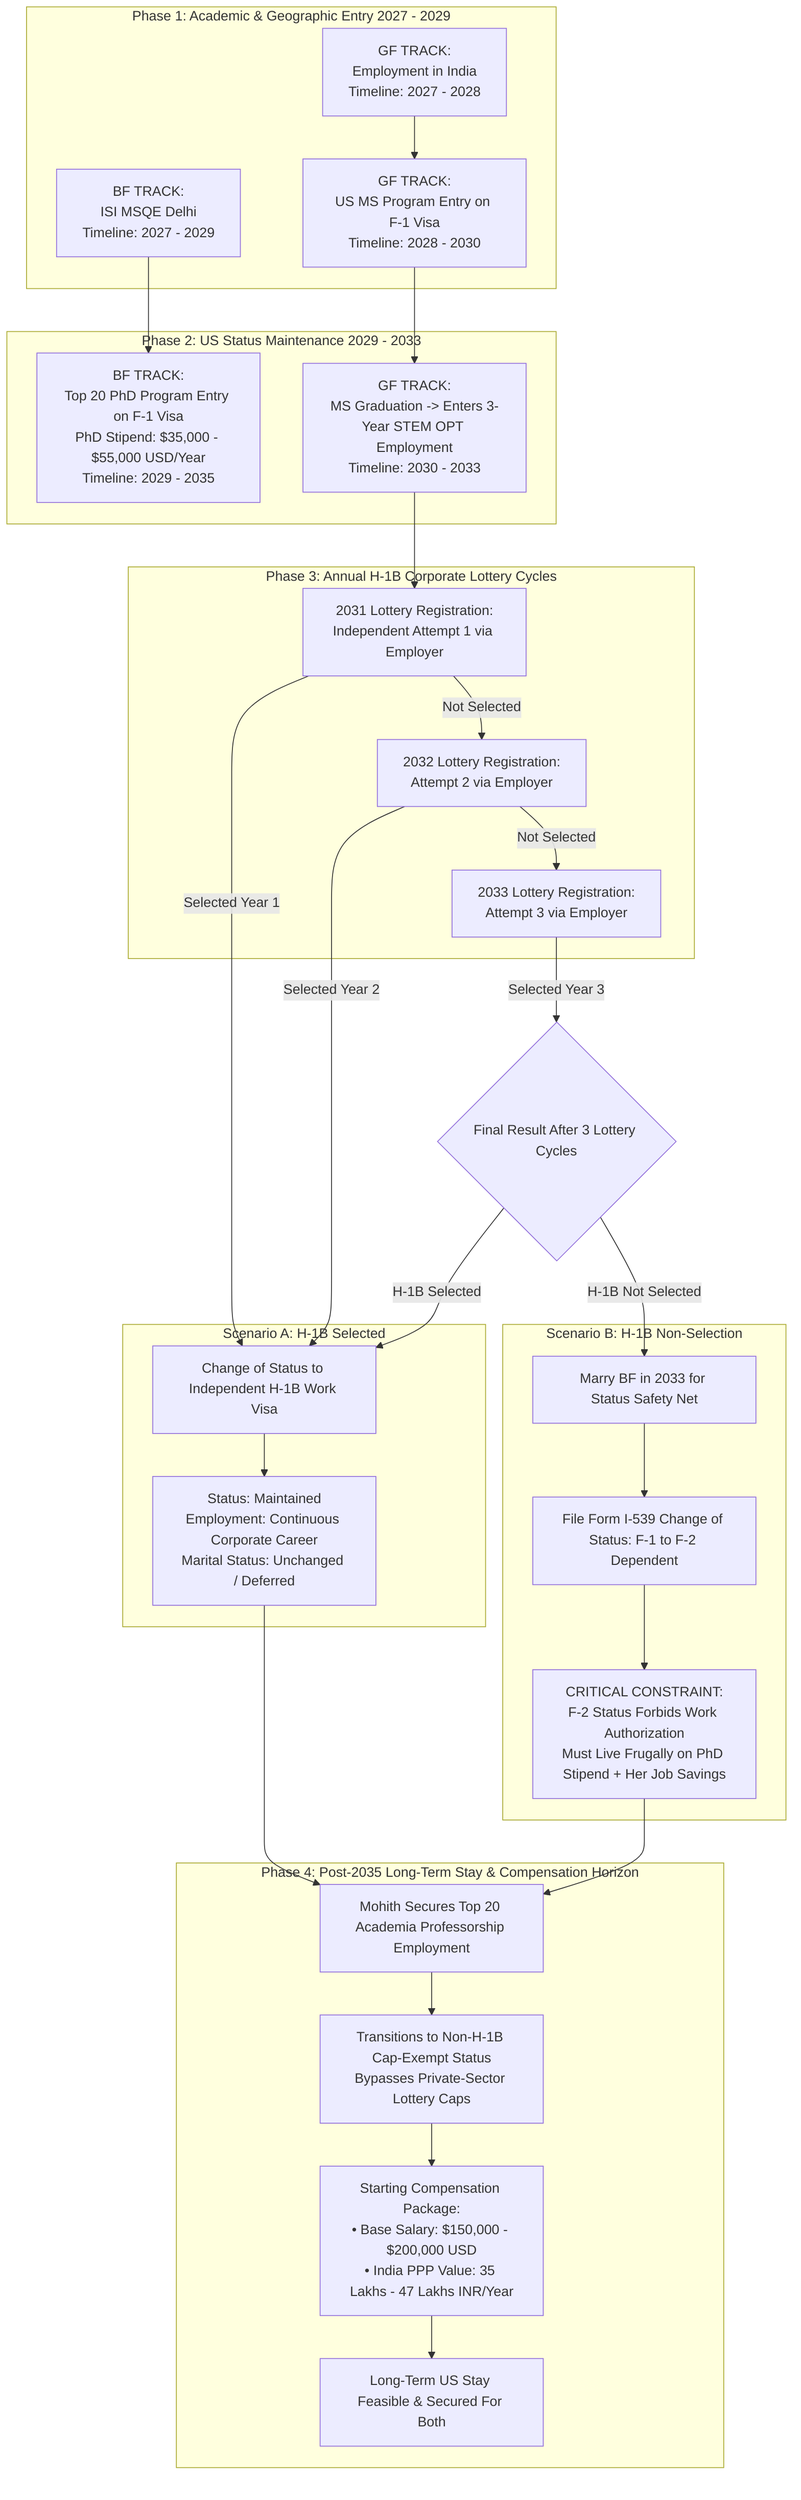
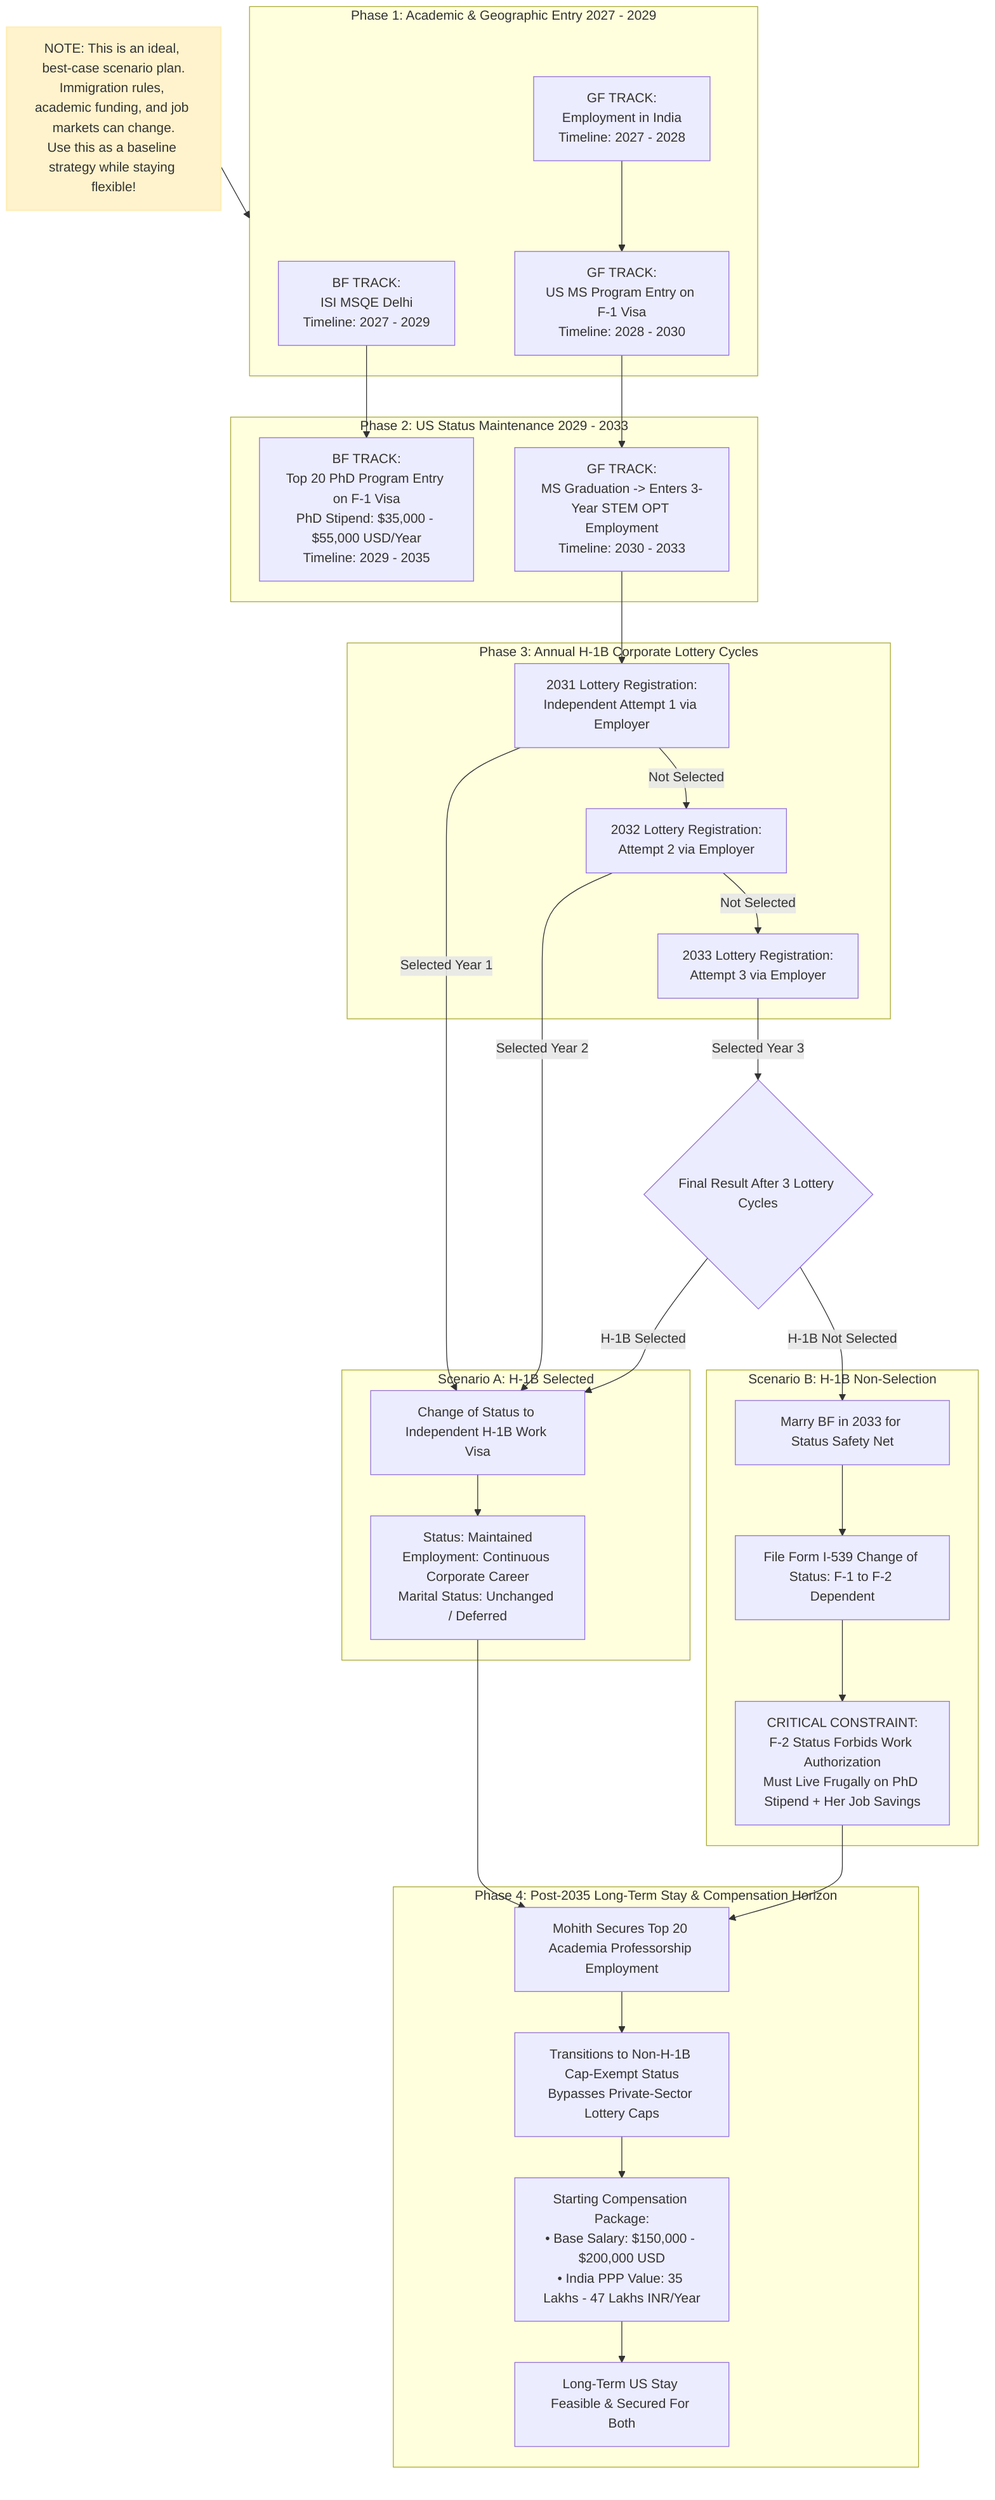
graph TD
+     %% ---------------------------------------------
+     %% TOP DISCLAIMER BOX INSIDE THE DIAGRAM
+     %% ---------------------------------------------
+     Disclaimer[NOTE: This is an ideal, best-case scenario plan.<br>Immigration rules, academic funding, and job markets can change.<br>Use this as a baseline strategy while staying flexible!]
+     style Disclaimer fill:#fff3cd,stroke:#ffeeba,stroke-width:2px
+ 
    %% ---------------------------------------------
    %% PHASE 1: INITIAL SEPARATION
    %% ---------------------------------------------
    subgraph Phase_1 [Phase 1: Academic & Geographic Entry 2027 - 2029]
        Track_A1[BF TRACK:<br>ISI MSQE Delhi<br>Timeline: 2027 - 2029]

        Track_B1[GF TRACK:<br>Employment in India<br>Timeline: 2027 - 2028]
        Track_B2[GF TRACK:<br>US MS Program Entry on F-1 Visa<br>Timeline: 2028 - 2030]

        Track_B1 --> Track_B2
    end
+ 
+     Disclaimer --> Phase_1

    %% ---------------------------------------------
    %% PHASE 2: PARALLEL US STATUS & FINANCIALS
    %% ---------------------------------------------
    subgraph Phase_2 [Phase 2: US Status Maintenance 2029 - 2033]
        Track_A2[BF TRACK:<br>Top 20 PhD Program Entry on F-1 Visa<br>PhD Stipend: $35,000 - $55,000 USD/Year<br>Timeline: 2029 - 2035]

        Track_B3[GF TRACK:<br>MS Graduation -> Enters 3-Year STEM OPT Employment<br>Timeline: 2030 - 2033]
    end

    Track_A1 --> Track_A2
    Track_B2 --> Track_B3

    %% ---------------------------------------------
    %% PHASE 3: ANNUAL LOTTERY REGISTRATIONS
    %% ---------------------------------------------
    subgraph Phase_3 [Phase 3: Annual H-1B Corporate Lottery Cycles]
        L1[2031 Lottery Registration:<br>Independent Attempt 1 via Employer]
        L2[2032 Lottery Registration:<br>Attempt 2 via Employer]
        L3[2033 Lottery Registration:<br>Attempt 3 via Employer]

        L1 -- Not Selected --> L2
        L2 -- Not Selected --> L3
    end

    Track_B3 --> L1

    %% ---------------------------------------------
    %% DECISION FORK (POST-LOTTERY 3)
    %% ---------------------------------------------
    Decision{Final Result After 3 Lottery Cycles}
    L1 -- Selected Year 1 --> H1B_App
    L2 -- Selected Year 2 --> H1B_App
    L3 -- Selected Year 3 --> Decision

    %% SCENARIO A: H-1B SELECTION
    subgraph Scenario_A [Scenario A: H-1B Selected]
        H1B_App[Change of Status to Independent H-1B Work Visa]
        Maintain_Ind[Status: Maintained<br>Employment: Continuous Corporate Career<br>Marital Status: Unchanged / Deferred]

        H1B_App --> Maintain_Ind
    end

    %% SCENARIO B: H-1B NON-SELECTION
    subgraph Scenario_B [Scenario B: H-1B Non-Selection]
        Action_Marry[Marry BF in 2033 for Status Safety Net]
        F2_Filing[File Form I-539 Change of Status: F-1 to F-2 Dependent]
        Frugal_Living[CRITICAL CONSTRAINT:<br>F-2 Status Forbids Work Authorization<br>Must Live Frugally on PhD Stipend + Her Job Savings]

        Action_Marry --> F2_Filing
        F2_Filing --> Frugal_Living
    end

    Decision -- H-1B Selected --> H1B_App
    Decision -- H-1B Not Selected --> Action_Marry

    %% ---------------------------------------------
    %% PHASE 4: POST-2035 HORIZON
    %% ---------------------------------------------
    subgraph Phase_4 [Phase 4: Post-2035 Long-Term Stay & Compensation Horizon]
        Academia_Job[Mohith Secures Top 20 Academia Professorship Employment]
        Cap_Exempt[Transitions to Non-H-1B Cap-Exempt Status<br>Bypasses Private-Sector Lottery Caps]
        Salary_Package[Starting Compensation Package:<br>• Base Salary: $150,000 - $200,000 USD<br>• India PPP Value: 35 Lakhs - 47 Lakhs INR/Year]
        Long_Term_Stay[Long-Term US Stay Feasible & Secured For Both]

        Academia_Job --> Cap_Exempt
        Cap_Exempt --> Salary_Package
        Salary_Package --> Long_Term_Stay
    end

    Maintain_Ind --> Academia_Job
    Frugal_Living --> Academia_Job
